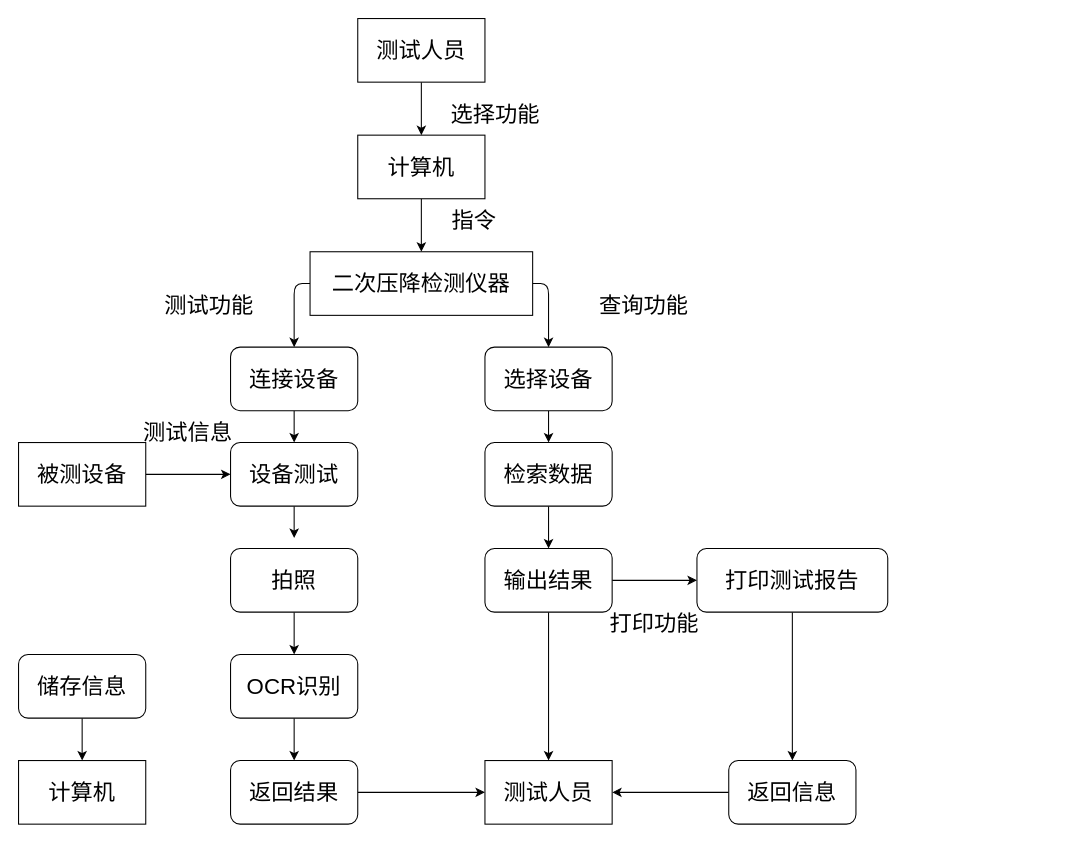
The draw.io diagram Untitled Diagram.drawio in The-flash-me/AES, before the edit. Source tidied: cells renumbered, new cells numbered last; positions are measured from the earlier drawing's top-left corner, leaving out a move shared by most shapes. Both pictures are drawn from the tidied source at 106%, with x=0, y=0 at pixel (18, 18).
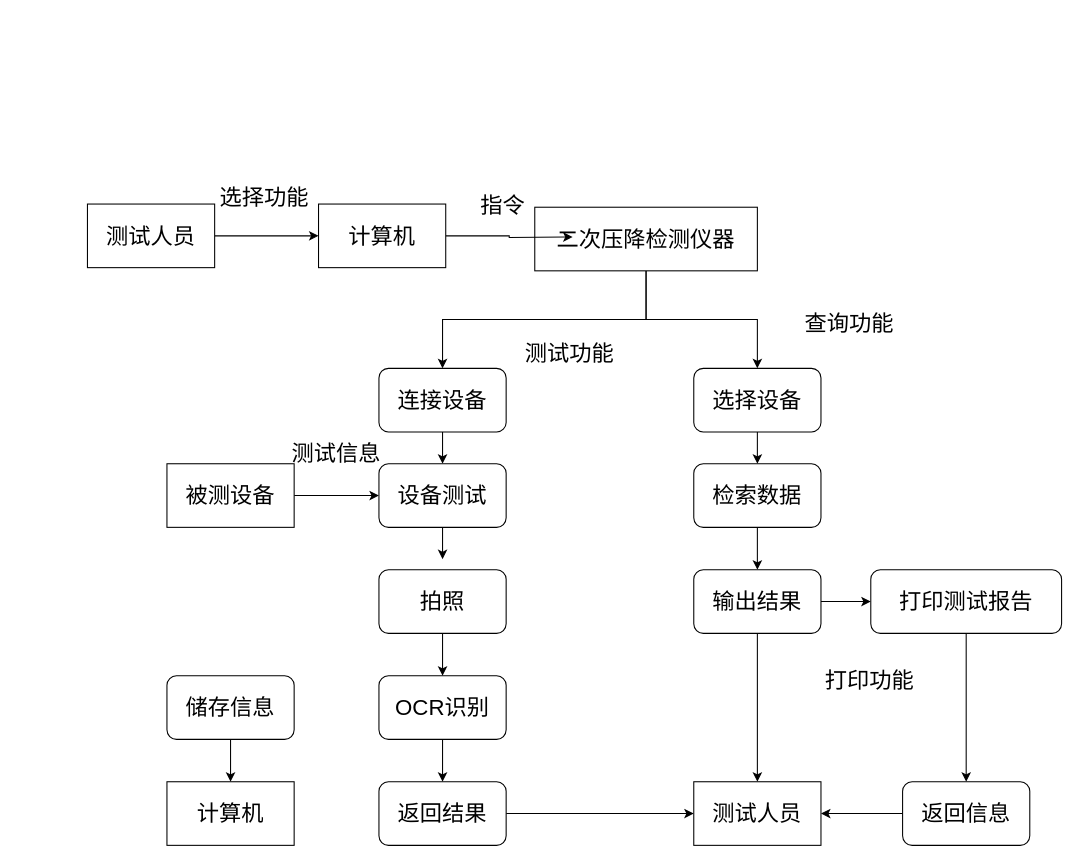
The same page after the edit.

Change to the diagram source:
```diff
@@
     <mxCell id="3" value="&lt;span style=&quot;font-size: 21px&quot;&gt;被测设备&lt;/span&gt;" style="rounded=0;whiteSpace=wrap;html=1;" parent="1" vertex="1">
-      <mxGeometry y="400" width="120" height="60" as="geometry" />
+      <mxGeometry x="140" y="420" width="120" height="60" as="geometry" />
     </mxCell>
+    <mxCell id="5" style="edgeStyle=orthogonalEdgeStyle;rounded=0;jettySize=auto;html=1;exitX=0.5;exitY=1;exitDx=0;exitDy=0;entryX=0.5;entryY=0;entryDx=0;entryDy=0;" parent="1" edge="1" source="6" target="28">
+      <mxGeometry relative="1" as="geometry" />
+    </mxCell>
-    <mxCell id="4" style="edgeStyle=none;rounded=1;jumpStyle=none;jettySize=auto;html=1;exitX=1;exitY=0.5;exitDx=0;exitDy=0;entryX=0.5;entryY=0;entryDx=0;entryDy=0;startArrow=none;startFill=0;" parent="1" edge="1" source="6" target="26">
-      <mxGeometry relative="1" as="geometry">
-        <Array as="points">
-          <mxPoint x="500" y="250" />
-        </Array>
-      </mxGeometry>
+    <mxCell id="4" style="edgeStyle=orthogonalEdgeStyle;rounded=0;jettySize=auto;html=1;exitX=0.5;exitY=1;exitDx=0;exitDy=0;entryX=0.5;entryY=0;entryDx=0;entryDy=0;" parent="1" edge="1" source="6" target="26">
+      <mxGeometry relative="1" as="geometry" />
     </mxCell>
-    <mxCell id="5" style="edgeStyle=none;rounded=1;jumpStyle=none;jettySize=auto;html=1;exitX=0;exitY=0.5;exitDx=0;exitDy=0;entryX=0.5;entryY=0;entryDx=0;entryDy=0;startArrow=none;startFill=0;" parent="1" edge="1" source="6" target="28">
-      <mxGeometry relative="1" as="geometry">
-        <Array as="points">
-          <mxPoint x="260" y="250" />
-        </Array>
-      </mxGeometry>
-    </mxCell>
     <mxCell id="6" value="&lt;font style=&quot;font-size: 21px&quot;&gt;二次压降检测仪器&lt;/font&gt;" style="rounded=0;whiteSpace=wrap;html=1;" parent="1" vertex="1">
-      <mxGeometry x="275" y="220" width="210" height="60" as="geometry" />
+      <mxGeometry x="487" y="178" width="210" height="60" as="geometry" />
     </mxCell>
-    <mxCell id="7" style="edgeStyle=none;rounded=1;jumpStyle=none;jettySize=auto;html=1;exitX=0.5;exitY=1;exitDx=0;exitDy=0;entryX=0.5;entryY=0;entryDx=0;entryDy=0;startArrow=none;startFill=0;" parent="1" edge="1" source="8" target="6">
-      <mxGeometry relative="1" as="geometry" />
-    </mxCell>
+    <mxCell id="43" style="edgeStyle=orthogonalEdgeStyle;rounded=0;jettySize=auto;html=1;exitX=1;exitY=0.5;exitDx=0;exitDy=0;" parent="1" edge="1" source="8">
+      <mxGeometry relative="1" as="geometry">
+        <mxPoint x="522.7" y="206" as="targetPoint" />
+      </mxGeometry>
+    </mxCell>
     <mxCell id="8" value="&lt;font style=&quot;font-size: 21px&quot;&gt;计算机&lt;/font&gt;" style="rounded=0;whiteSpace=wrap;html=1;" parent="1" vertex="1">
-      <mxGeometry x="320" y="110" width="120" height="60" as="geometry" />
+      <mxGeometry x="283" y="175" width="120" height="60" as="geometry" />
     </mxCell>
-    <mxCell id="9" style="edgeStyle=none;rounded=1;jumpStyle=none;jettySize=auto;html=1;exitX=0.5;exitY=1;exitDx=0;exitDy=0;entryX=0.5;entryY=0;entryDx=0;entryDy=0;startArrow=none;startFill=0;" parent="1" edge="1" source="10" target="8">
+    <mxCell id="9" style="edgeStyle=orthogonalEdgeStyle;rounded=0;jettySize=auto;html=1;exitX=1;exitY=0.5;exitDx=0;exitDy=0;entryX=0;entryY=0.5;entryDx=0;entryDy=0;" parent="1" edge="1" source="10" target="8">
       <mxGeometry relative="1" as="geometry" />
     </mxCell>
     <mxCell id="10" value="&lt;font style=&quot;font-size: 21px&quot;&gt;测试人员&lt;/font&gt;" style="rounded=0;whiteSpace=wrap;html=1;" parent="1" vertex="1">
-      <mxGeometry x="320" width="120" height="60" as="geometry" />
+      <mxGeometry x="65" y="175" width="120" height="60" as="geometry" />
     </mxCell>
@@
     <mxCell id="12" value="&lt;font style=&quot;font-size: 21px&quot;&gt;打印测试报告&lt;/font&gt;" style="rounded=1;whiteSpace=wrap;html=1;" parent="1" vertex="1">
-      <mxGeometry x="640" y="500" width="180" height="60" as="geometry" />
+      <mxGeometry x="804" y="520" width="180" height="60" as="geometry" />
     </mxCell>
@@
     <mxCell id="14" value="&lt;font style=&quot;font-size: 21px&quot;&gt;返回信息&lt;/font&gt;" style="rounded=1;whiteSpace=wrap;html=1;" parent="1" vertex="1">
-      <mxGeometry x="670" y="700" width="120" height="60" as="geometry" />
+      <mxGeometry x="834" y="720" width="120" height="60" as="geometry" />
     </mxCell>
@@
     <mxCell id="16" value="&lt;font style=&quot;font-size: 21px&quot;&gt;返回结果&lt;/font&gt;" style="rounded=1;whiteSpace=wrap;html=1;" parent="1" vertex="1">
-      <mxGeometry x="200" y="700" width="120" height="60" as="geometry" />
+      <mxGeometry x="340" y="720" width="120" height="60" as="geometry" />
     </mxCell>
@@
     <mxCell id="18" value="&lt;font style=&quot;font-size: 21px&quot;&gt;储存信息&lt;/font&gt;" style="rounded=1;whiteSpace=wrap;html=1;" parent="1" vertex="1">
-      <mxGeometry y="600" width="120" height="60" as="geometry" />
+      <mxGeometry x="140" y="620" width="120" height="60" as="geometry" />
     </mxCell>
@@
     <mxCell id="20" value="&lt;font style=&quot;font-size: 21px&quot;&gt;OCR识别&lt;/font&gt;" style="rounded=1;whiteSpace=wrap;html=1;" parent="1" vertex="1">
-      <mxGeometry x="200" y="600" width="120" height="60" as="geometry" />
+      <mxGeometry x="340" y="620" width="120" height="60" as="geometry" />
     </mxCell>
@@
     <mxCell id="22" value="&lt;font style=&quot;font-size: 21px&quot;&gt;拍照&lt;/font&gt;" style="rounded=1;whiteSpace=wrap;html=1;" parent="1" vertex="1">
-      <mxGeometry x="200" y="500" width="120" height="60" as="geometry" />
+      <mxGeometry x="340" y="520" width="120" height="60" as="geometry" />
     </mxCell>
@@
     <mxCell id="24" value="&lt;font style=&quot;font-size: 21px&quot;&gt;检索数据&lt;/font&gt;" style="rounded=1;whiteSpace=wrap;html=1;" parent="1" vertex="1">
-      <mxGeometry x="440" y="400" width="120" height="60" as="geometry" />
+      <mxGeometry x="637" y="420" width="120" height="60" as="geometry" />
     </mxCell>
@@
     <mxCell id="26" value="&lt;font style=&quot;font-size: 21px&quot;&gt;选择设备&lt;/font&gt;" style="rounded=1;whiteSpace=wrap;html=1;" parent="1" vertex="1">
-      <mxGeometry x="440" y="310" width="120" height="60" as="geometry" />
+      <mxGeometry x="637" y="330" width="120" height="60" as="geometry" />
     </mxCell>
@@
     <mxCell id="28" value="&lt;font style=&quot;font-size: 21px&quot;&gt;连接设备&lt;/font&gt;" style="rounded=1;whiteSpace=wrap;html=1;" parent="1" vertex="1">
-      <mxGeometry x="200" y="310" width="120" height="60" as="geometry" />
+      <mxGeometry x="340" y="330" width="120" height="60" as="geometry" />
     </mxCell>
     <mxCell id="29" style="edgeStyle=none;rounded=1;jumpStyle=none;jettySize=auto;html=1;exitX=0.5;exitY=1;exitDx=0;exitDy=0;startArrow=none;startFill=0;" parent="1" edge="1" source="30">
       <mxGeometry relative="1" as="geometry">
-        <mxPoint x="260" y="490" as="targetPoint" />
+        <mxPoint x="400" y="510" as="targetPoint" />
       </mxGeometry>
     </mxCell>
     <mxCell id="30" value="&lt;font style=&quot;font-size: 21px&quot;&gt;设备测试&lt;/font&gt;" style="rounded=1;whiteSpace=wrap;html=1;" parent="1" vertex="1">
-      <mxGeometry x="200" y="400" width="120" height="60" as="geometry" />
+      <mxGeometry x="340" y="420" width="120" height="60" as="geometry" />
     </mxCell>
@@
     <mxCell id="33" value="&lt;font style=&quot;font-size: 21px&quot;&gt;输出结果&lt;/font&gt;" style="rounded=1;whiteSpace=wrap;html=1;" parent="1" vertex="1">
-      <mxGeometry x="440" y="500" width="120" height="60" as="geometry" />
+      <mxGeometry x="637" y="520" width="120" height="60" as="geometry" />
     </mxCell>
@@
     <mxCell id="35" value="&lt;font style=&quot;font-size: 21px&quot;&gt;测试人员&lt;/font&gt;" style="rounded=0;whiteSpace=wrap;html=1;" parent="1" vertex="1">
-      <mxGeometry x="440" y="700" width="120" height="60" as="geometry" />
+      <mxGeometry x="637" y="720" width="120" height="60" as="geometry" />
     </mxCell>
     <mxCell id="36" value="&lt;font style=&quot;font-size: 21px&quot;&gt;计算机&lt;/font&gt;" style="rounded=0;whiteSpace=wrap;html=1;" parent="1" vertex="1">
-      <mxGeometry y="700" width="120" height="60" as="geometry" />
+      <mxGeometry x="140" y="720" width="120" height="60" as="geometry" />
     </mxCell>
     <mxCell id="37" value="&lt;font style=&quot;font-size: 21px&quot;&gt;选择功能&lt;/font&gt;" style="text;html=1;strokeColor=none;fillColor=none;align=center;verticalAlign=middle;whiteSpace=wrap;rounded=0;" parent="1" vertex="1">
-      <mxGeometry x="370" y="60" width="160" height="60" as="geometry" />
+      <mxGeometry x="152" y="138" width="160" height="60" as="geometry" />
     </mxCell>
     <mxCell id="38" value="&lt;font style=&quot;font-size: 21px&quot;&gt;指令&lt;/font&gt;" style="text;html=1;strokeColor=none;fillColor=none;align=center;verticalAlign=middle;whiteSpace=wrap;rounded=0;" parent="1" vertex="1">
-      <mxGeometry x="350" y="160" width="160" height="60" as="geometry" />
+      <mxGeometry x="377" y="146" width="160" height="60" as="geometry" />
     </mxCell>
     <mxCell id="39" value="&lt;font style=&quot;font-size: 21px&quot;&gt;测试功能&lt;/font&gt;" style="text;html=1;strokeColor=none;fillColor=none;align=center;verticalAlign=middle;whiteSpace=wrap;rounded=0;" parent="1" vertex="1">
-      <mxGeometry x="100" y="240" width="160" height="60" as="geometry" />
+      <mxGeometry x="440" y="286" width="160" height="60" as="geometry" />
     </mxCell>
     <mxCell id="40" value="&lt;font style=&quot;font-size: 21px&quot;&gt;查询功能&lt;/font&gt;" style="text;html=1;strokeColor=none;fillColor=none;align=center;verticalAlign=middle;whiteSpace=wrap;rounded=0;" parent="1" vertex="1">
-      <mxGeometry x="510" y="240" width="160" height="60" as="geometry" />
+      <mxGeometry x="704" y="257" width="160" height="60" as="geometry" />
     </mxCell>
     <mxCell id="41" value="&lt;font style=&quot;font-size: 21px&quot;&gt;测试信息&lt;/font&gt;" style="text;html=1;strokeColor=none;fillColor=none;align=center;verticalAlign=middle;whiteSpace=wrap;rounded=0;" parent="1" vertex="1">
-      <mxGeometry x="80" y="360" width="160" height="60" as="geometry" />
+      <mxGeometry x="220" y="380" width="160" height="60" as="geometry" />
     </mxCell>
     <mxCell id="42" value="&lt;font style=&quot;font-size: 21px&quot;&gt;打印功能&lt;/font&gt;" style="text;html=1;strokeColor=none;fillColor=none;align=center;verticalAlign=middle;whiteSpace=wrap;rounded=0;" parent="1" vertex="1">
-      <mxGeometry x="520" y="540" width="160" height="60" as="geometry" />
+      <mxGeometry x="723" y="594" width="160" height="60" as="geometry" />
     </mxCell>
```
